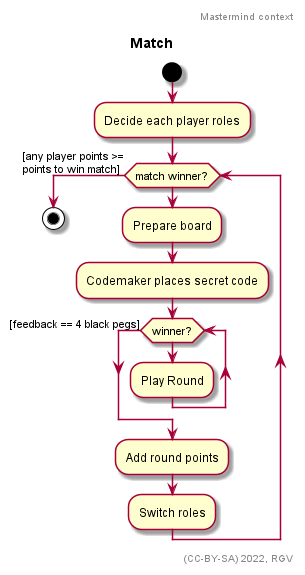
The PlantUML diagram Assets/Documentation~/Context-Match.png in RicardoGuzmanVelasco/Kalendra.Mastermind, before a commit. Source of this version:
```plantuml
@startuml
skin rose

header Mastermind context
title Match
right footer (CC-BY-SA) 2022, RGV

start
:Decide each player roles;
while (match winner?)
    :Prepare board;
    :Codemaker places secret code;
    while (winner?)
        :Play Round;
    endwhile([feedback == 4 black pegs])
    :Add round points;
    :Switch roles;
end while ([any player points >=\npoints to win match])

stop

@enduml
```
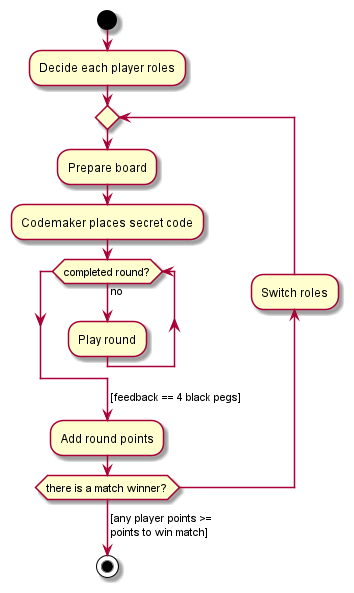
Above is the later version.

Commit message:
docs: change while to repeat in context diagramas to improve readability

Diff of the diagram source:
```diff
@@ -1,22 +1,20 @@
 @startuml
 skin rose
 
-header Mastermind context
-title Match
-right footer (CC-BY-SA) 2022, RGV
-
 start
 :Decide each player roles;
-while (match winner?)
+repeat
     :Prepare board;
     :Codemaker places secret code;
-    while (winner?)
-        :Play Round;
-    endwhile([feedback == 4 black pegs])
+    while (completed round?)
+        -> no;
+        :Play round;
+    endwhile
+    -> [feedback == 4 black pegs];
     :Add round points;
-    :Switch roles;
-end while ([any player points >=\npoints to win match])
-
+    backward:Switch roles;
+repeat while (there is a match winner?)
+-> [any player points >= \npoints to win match];
 stop
 
 @enduml
```
